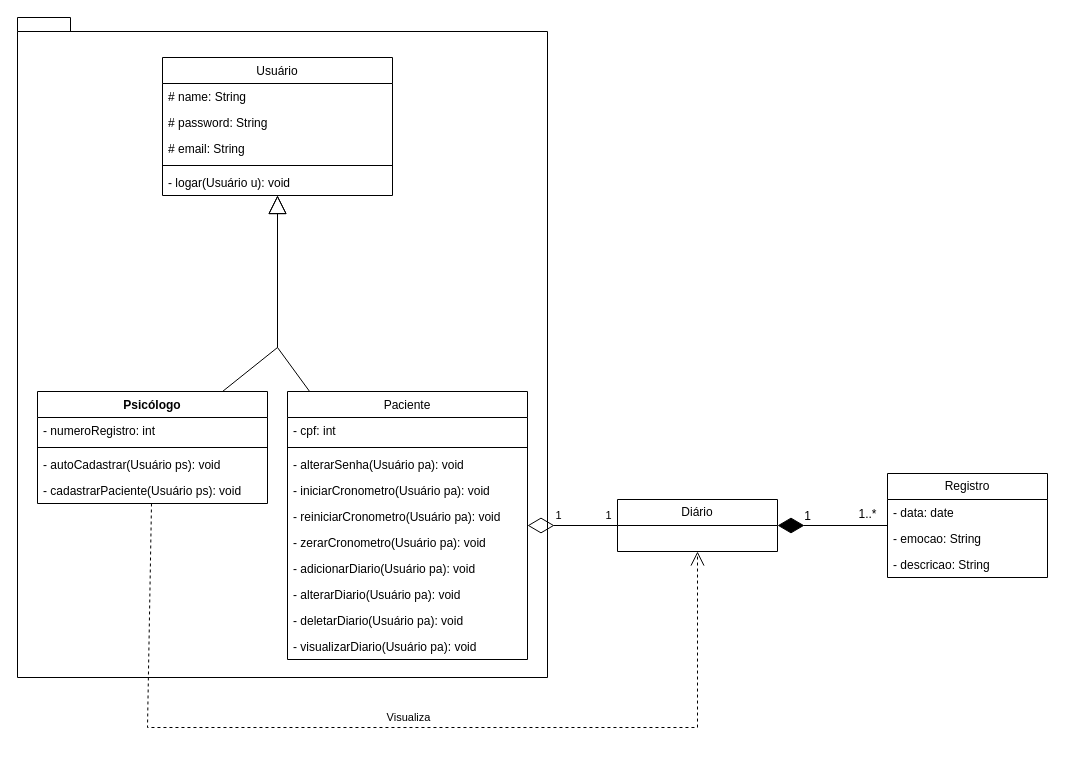
The draw.io diagram InterfaceMyPeace.drawio in RebecaVieiraM/Diagramas, before the edit. Source tidied: cells renumbered, new cells numbered last; positions are measured from the earlier drawing's top-left corner, leaving out a move shared by most shapes. Both pictures are drawn from the tidied source at 100%, with x=0, y=0 at pixel (17, 17).
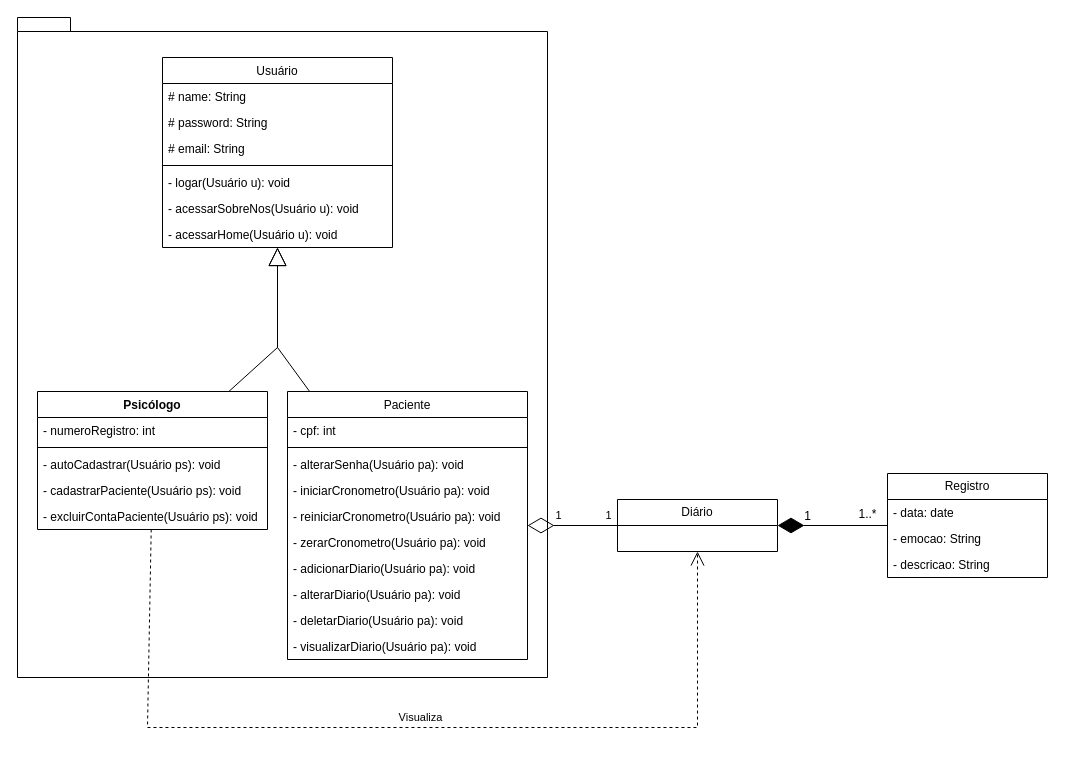
The same diagram, later.

What changed in the source:
```diff
@@
     <mxCell id="13" value="Psicólogo" style="swimlane;fontStyle=1;align=center;verticalAlign=top;horizontal=1;startSize=26;whiteSpace=wrap;html=1;" parent="1" vertex="1">
-      <mxGeometry x="20" y="374" width="230" height="112" as="geometry" />
+      <mxGeometry x="20" y="374" width="230" height="138" as="geometry" />
     </mxCell>
@@
+    <mxCell id="39" value="- excluirContaPaciente(Usuário ps): void" style="text;strokeColor=none;fillColor=none;align=left;verticalAlign=top;spacingLeft=4;spacingRight=4;overflow=hidden;whiteSpace=wrap;html=1;" parent="13" vertex="1">
+      <mxGeometry y="112" width="230" height="26" as="geometry" />
+    </mxCell>
@@
     <mxCell id="29" value="&lt;span style=&quot;font-weight: 400;&quot;&gt;Usuário&lt;/span&gt;" style="swimlane;fontStyle=1;align=center;verticalAlign=top;horizontal=1;startSize=26;whiteSpace=wrap;html=1;" parent="1" vertex="1">
-      <mxGeometry x="145" y="40" width="230" height="138" as="geometry" />
+      <mxGeometry x="145" y="40" width="230" height="190" as="geometry" />
     </mxCell>
@@
+    <mxCell id="40" value="- acessarSobreNos(Usuário u): void" style="text;strokeColor=none;fillColor=none;align=left;verticalAlign=top;spacingLeft=4;spacingRight=4;overflow=hidden;whiteSpace=wrap;html=1;" parent="29" vertex="1">
+      <mxGeometry y="138" width="230" height="26" as="geometry" />
+    </mxCell>
+    <mxCell id="41" value="- acessarHome(Usuário u): void" style="text;strokeColor=none;fillColor=none;align=left;verticalAlign=top;spacingLeft=4;spacingRight=4;overflow=hidden;whiteSpace=wrap;html=1;" parent="29" vertex="1">
+      <mxGeometry y="164" width="230" height="26" as="geometry" />
+    </mxCell>
```
